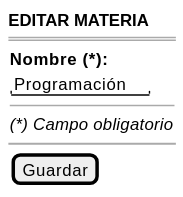
This is images/RUP/01-requisitos/03-detalle-casos-uso/editarMateria/wireframe.svg from mmasias/pyCeldaPublico, a PlantUML export, as it was before one commit.
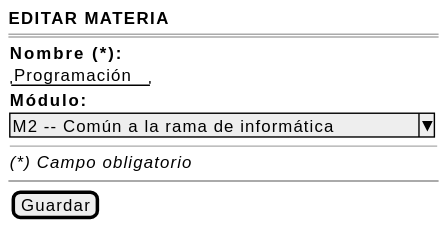
The same file after the commit.

Diff of the diagram source:
```diff
@@ -5,6 +5,8 @@
     {
         <b>Nombre (*):</b>
         "Programación"
+        <b>Módulo:</b>
+        ^M2 -- Común a la rama de informática^
         --
         <i>(*) Campo obligatorio</i>
     }
```
